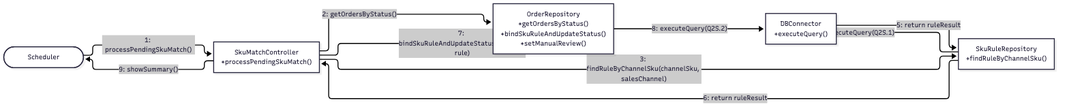
The Mermaid diagram 03-chapter2-use-case-descriptions/diagrams/png/2S-collaboration.png in xbpkdi/321-sa-proj, before a commit. Its source is kept beside it as 03-chapter2-use-case-descriptions/diagrams/mmd/2S-collaboration.mmd. Its diagram source:
```mermaid
%%{init: {'flowchart': {'nodeSpacing': 50, 'rankSpacing': 90, 'curve': 'linear'}}}%%
graph LR
    Sched(["Scheduler"])
    SMC["SkuMatchController<br/>+processPendingSkuMatch()"]
    SkuRepo["SkuRuleRepository<br/>+findRuleByChannelSku()"]
    OrderRepo["OrderRepository<br/>+getOrdersByStatus()<br/>+bindSkuRuleAndUpdateStatus()<br/>+setManualReview()"]
    DB["DBConnector<br/>+executeQuery()"]

    Sched -->|"1: processPendingSkuMatch()"| SMC
    SMC -->|"2: getOrdersByStatus()"| OrderRepo
    SMC -->|"3: findRuleByChannelSku(channelSku, salesChannel)"| SkuRepo
    SkuRepo -->|"4: executeQuery(Q2S.1)"| DB
    DB -->|"5: return ruleResult"| SkuRepo
    SkuRepo -->|"6: return ruleResult"| SMC
    SMC -->|"7: bindSkuRuleAndUpdateStatus(orderId, rule)"| OrderRepo
    OrderRepo -->|"8: executeQuery(Q2S.2)"| DB
    SMC -->|"9: showSummary()"| Sched
```
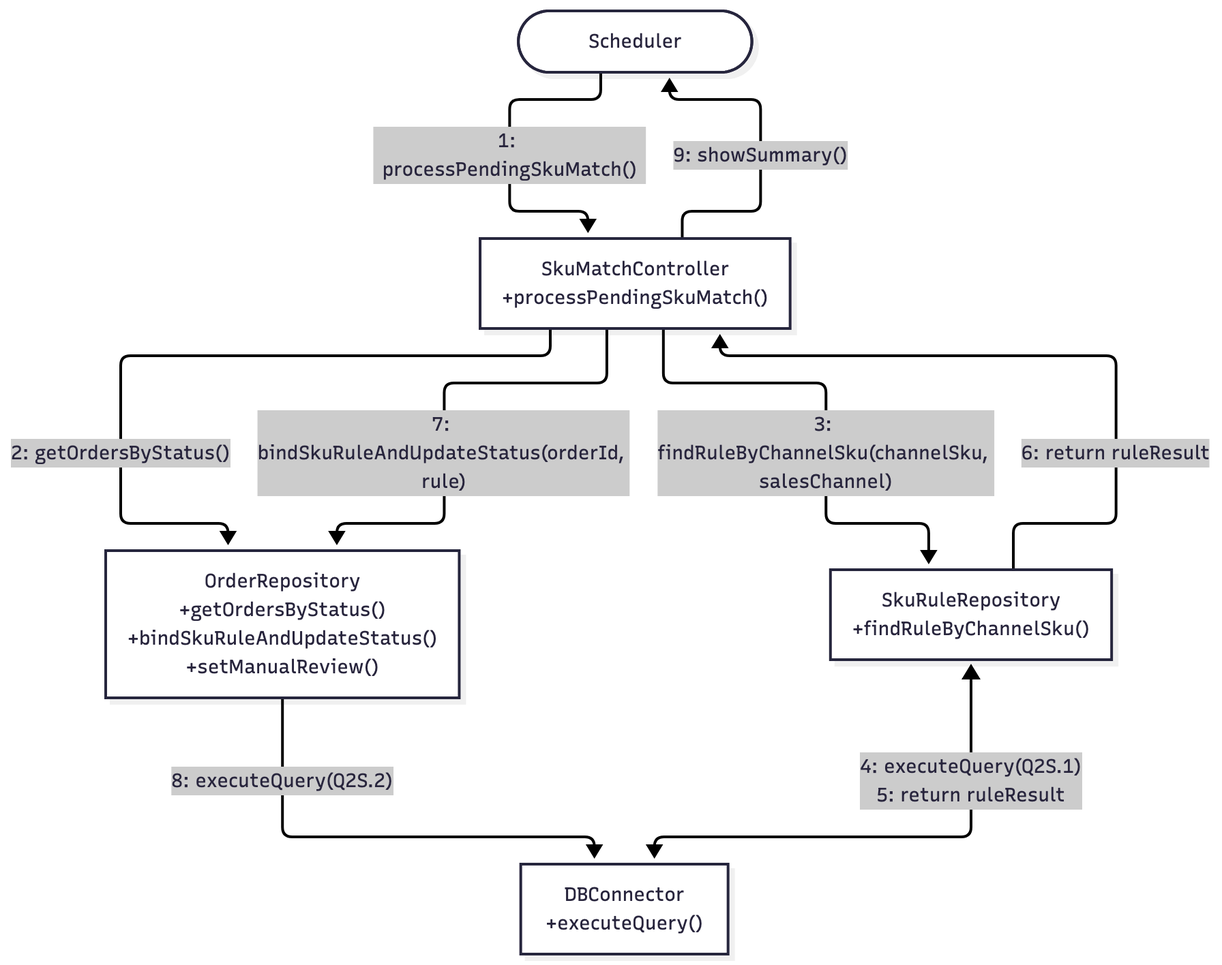
After the commit.

What changed in the source:
```diff
@@ -1,5 +1,5 @@
 %%{init: {'flowchart': {'nodeSpacing': 50, 'rankSpacing': 90, 'curve': 'linear'}}}%%
-graph LR
+graph TB
     Sched(["Scheduler"])
     SMC["SkuMatchController<br/>+processPendingSkuMatch()"]
     SkuRepo["SkuRuleRepository<br/>+findRuleByChannelSku()"]
@@ -9,8 +9,7 @@
     Sched -->|"1: processPendingSkuMatch()"| SMC
     SMC -->|"2: getOrdersByStatus()"| OrderRepo
     SMC -->|"3: findRuleByChannelSku(channelSku, salesChannel)"| SkuRepo
-    SkuRepo -->|"4: executeQuery(Q2S.1)"| DB
-    DB -->|"5: return ruleResult"| SkuRepo
+    SkuRepo <-->|"4: executeQuery(Q2S.1)<br/>5: return ruleResult"| DB
     SkuRepo -->|"6: return ruleResult"| SMC
     SMC -->|"7: bindSkuRuleAndUpdateStatus(orderId, rule)"| OrderRepo
     OrderRepo -->|"8: executeQuery(Q2S.2)"| DB
```
